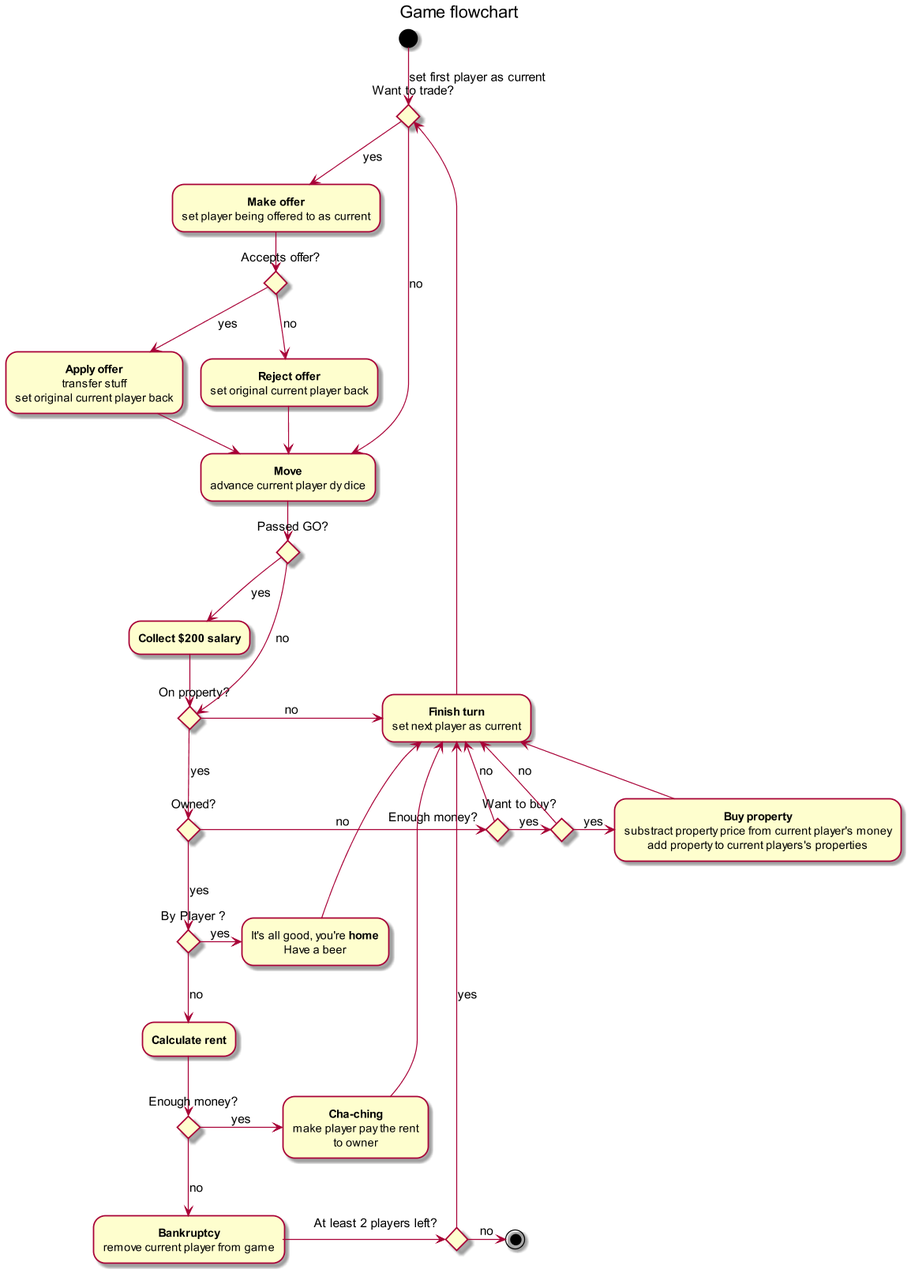
Above: doc/game-flowchart.png in francois-roseberry/monopoly-js (PlantUML), before the change.
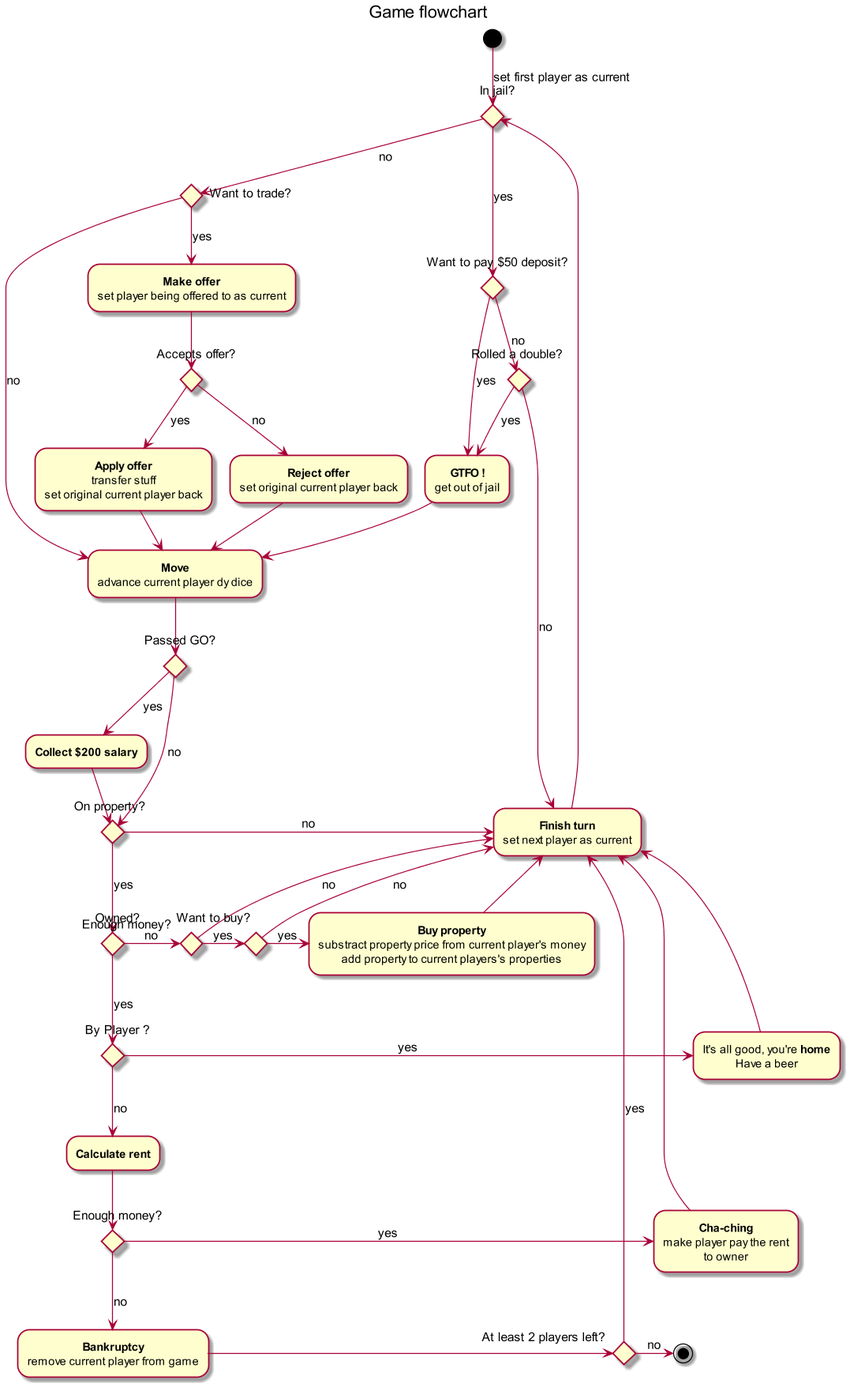
The same diagram one commit later.

Commit message:
Updated the demo and doc with the jail

The edit, as a diff of the source:
```diff
@@ -3,22 +3,35 @@
 scale 1.2
 title Game flowchart
 
-(*) -->[set first player as current] if "Want to trade?" as turn_start then
+(*) -->[set first player as current] if "In jail?" as turn_start then
+		-->[yes] if "Want to pay $50 deposit?" then
+			-->[yes] "<b>GTFO !</b>
+						get out of jail" as jail_out
+			--> "<b>Move</b>
+						advance current player dy dice" as move
+		else
+			-->[no] if "Rolled a double?" then
+				-->[yes] jail_out
+			else
+				-->[no] "<b>Finish turn</b>
+									set next player as current" as finish_turn
+			endif
+		endif
+	else
+	-->[no] if "Want to trade?" then
 	-->[yes] "<b>Make offer</b>
 				set player being offered to as current"
 	--> if "Accepts offer?" then
 		-->[yes] "<b>Apply offer</b>
 			transfer stuff
 			set original current player back"
-		--> "<b>Move</b>
-					advance current player dy dice" as move
+		--> move
 		--> if "Passed GO?" then
 			-->[yes] "<b>Collect $200 salary</b>"
 			--> if "On property?" as on_property then
 				-->[yes] if "Owned?" then
 					-right->[no] if "Enough money?" then
-						-up->[no] "<b>Finish turn</b>
-								set next player as current" as finish_turn
+						-up->[no] finish_turn
 					else
 						-right->[yes] if "Want to buy?" then
 							-right->[yes] "<b>Buy property</b>
@@ -66,5 +79,6 @@
 else
 	-->[no] move
 endif
+endif
 
 @enduml
```
